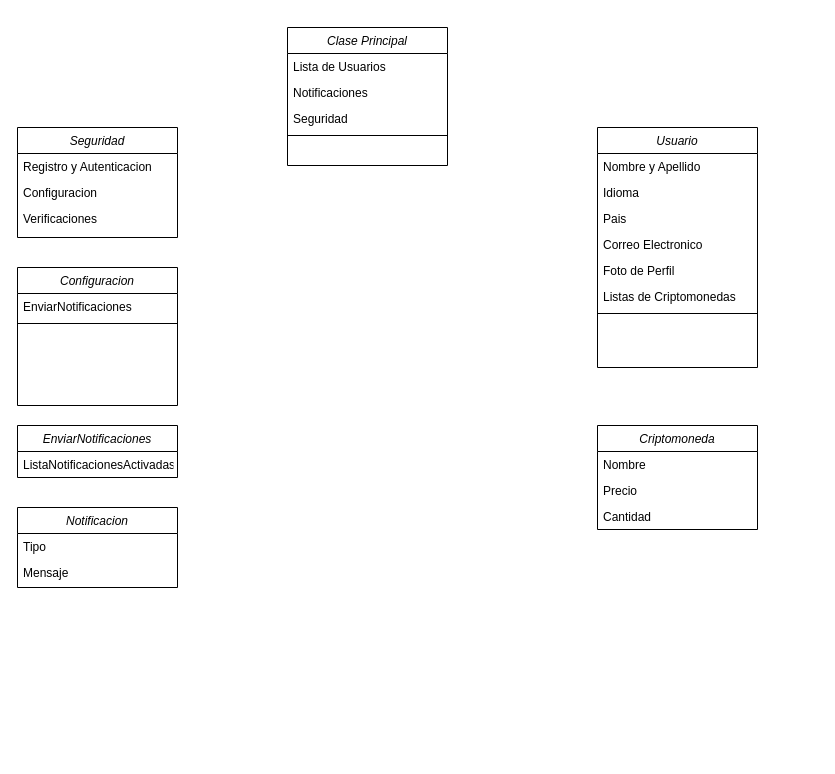
The draw.io diagram Diagrama sin título.drawio in Faus142005/CriptoWallet, before the edit. Source tidied: cells renumbered, new cells numbered last; positions are measured from the earlier drawing's top-left corner, leaving out a move shared by most shapes. Both pictures are drawn from the tidied source at 100%, with x=0, y=0 at pixel (17, 27).
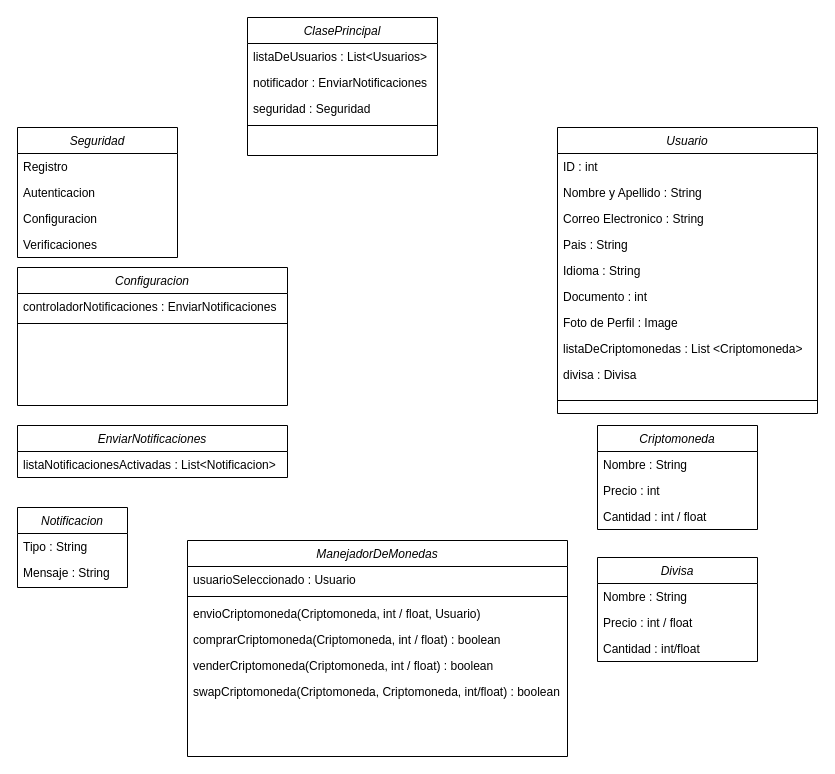
The same page after the edit.

The change refers to these unchanged cells:
```xml
<mxCell id="17" value="Criptomoneda" style="swimlane;fontStyle=2;align=center;verticalAlign=top;horizontal=1;startSize=26;rounded=0;shadow=0;strokeWidth=1;" parent="1" vertex="1">
  <mxGeometry x="580" y="398" width="160" height="104" as="geometry" />
</mxCell>
```

Diff of the diagram source:
```diff
@@
-    <mxCell id="2" value="Clase Principal" style="swimlane;fontStyle=2;align=center;verticalAlign=top;horizontal=1;startSize=26;rounded=0;shadow=0;strokeWidth=1;" parent="1" vertex="1">
-      <mxGeometry x="270" width="160" height="138" as="geometry" />
+    <mxCell id="2" value="ClasePrincipal" style="swimlane;fontStyle=2;align=center;verticalAlign=top;horizontal=1;startSize=26;rounded=0;shadow=0;strokeWidth=1;" parent="1" vertex="1">
+      <mxGeometry x="230" y="-10" width="190" height="138" as="geometry" />
     </mxCell>
-    <mxCell id="3" value="Lista de Usuarios" style="text;align=left;verticalAlign=top;spacingLeft=4;spacingRight=4;overflow=hidden;" parent="2" vertex="1">
-      <mxGeometry y="26" width="160" height="26" as="geometry" />
+    <mxCell id="3" value="listaDeUsuarios : List&lt;Usuarios&gt;" style="text;align=left;verticalAlign=top;spacingLeft=4;spacingRight=4;overflow=hidden;" parent="2" vertex="1">
+      <mxGeometry y="26" width="190" height="26" as="geometry" />
     </mxCell>
-    <mxCell id="4" value="Notificaciones" style="text;align=left;verticalAlign=top;spacingLeft=4;spacingRight=4;overflow=hidden;rounded=0;shadow=0;html=0;" parent="2" vertex="1">
-      <mxGeometry y="52" width="160" height="26" as="geometry" />
+    <mxCell id="4" value="notificador : EnviarNotificaciones" style="text;align=left;verticalAlign=top;spacingLeft=4;spacingRight=4;overflow=hidden;rounded=0;shadow=0;html=0;" parent="2" vertex="1">
+      <mxGeometry y="52" width="190" height="26" as="geometry" />
     </mxCell>
-    <mxCell id="5" value="Seguridad" style="text;align=left;verticalAlign=top;spacingLeft=4;spacingRight=4;overflow=hidden;rounded=0;shadow=0;html=0;" parent="2" vertex="1">
-      <mxGeometry y="78" width="160" height="26" as="geometry" />
+    <mxCell id="5" value="seguridad : Seguridad" style="text;align=left;verticalAlign=top;spacingLeft=4;spacingRight=4;overflow=hidden;rounded=0;shadow=0;html=0;" parent="2" vertex="1">
+      <mxGeometry y="78" width="190" height="26" as="geometry" />
     </mxCell>
     <mxCell id="6" style="line;html=1;strokeWidth=1;align=left;verticalAlign=middle;spacingTop=-1;spacingLeft=3;spacingRight=3;labelPosition=right;" parent="2" vertex="1">
-      <mxGeometry y="104" width="160" height="8" as="geometry" />
+      <mxGeometry y="104" width="190" height="8" as="geometry" />
     </mxCell>
@@
     <mxCell id="9" value="Usuario" style="swimlane;fontStyle=2;align=center;verticalAlign=top;horizontal=1;startSize=26;rounded=0;shadow=0;strokeWidth=1;" parent="1" vertex="1">
-      <mxGeometry x="580" y="100" width="160" height="240" as="geometry" />
+      <mxGeometry x="540" y="100" width="260" height="286" as="geometry" />
     </mxCell>
+    <mxCell id="33" value="ID : int" style="text;align=left;verticalAlign=top;spacingLeft=4;spacingRight=4;overflow=hidden;" parent="9" vertex="1">
+      <mxGeometry y="26" width="260" height="26" as="geometry" />
+    </mxCell>
-    <mxCell id="10" value="Nombre y Apellido" style="text;align=left;verticalAlign=top;spacingLeft=4;spacingRight=4;overflow=hidden;" parent="9" vertex="1">
-      <mxGeometry y="26" width="160" height="26" as="geometry" />
+    <mxCell id="10" value="Nombre y Apellido : String" style="text;align=left;verticalAlign=top;spacingLeft=4;spacingRight=4;overflow=hidden;" parent="9" vertex="1">
+      <mxGeometry y="52" width="260" height="26" as="geometry" />
     </mxCell>
+    <mxCell id="13" value="Correo Electronico : String" style="text;align=left;verticalAlign=top;spacingLeft=4;spacingRight=4;overflow=hidden;rounded=0;shadow=0;html=0;" parent="9" vertex="1">
+      <mxGeometry y="78" width="260" height="26" as="geometry" />
+    </mxCell>
+    <mxCell id="12" value="Pais : String" style="text;align=left;verticalAlign=top;spacingLeft=4;spacingRight=4;overflow=hidden;rounded=0;shadow=0;html=0;" parent="9" vertex="1">
+      <mxGeometry y="104" width="260" height="26" as="geometry" />
+    </mxCell>
-    <mxCell id="11" value="Idioma" style="text;align=left;verticalAlign=top;spacingLeft=4;spacingRight=4;overflow=hidden;rounded=0;shadow=0;html=0;" parent="9" vertex="1">
-      <mxGeometry y="52" width="160" height="26" as="geometry" />
+    <mxCell id="11" value="Idioma : String" style="text;align=left;verticalAlign=top;spacingLeft=4;spacingRight=4;overflow=hidden;rounded=0;shadow=0;html=0;" parent="9" vertex="1">
+      <mxGeometry y="130" width="260" height="26" as="geometry" />
     </mxCell>
-    <mxCell id="12" value="Pais" style="text;align=left;verticalAlign=top;spacingLeft=4;spacingRight=4;overflow=hidden;rounded=0;shadow=0;html=0;" parent="9" vertex="1">
-      <mxGeometry y="78" width="160" height="26" as="geometry" />
-    </mxCell>
-    <mxCell id="13" value="Correo Electronico" style="text;align=left;verticalAlign=top;spacingLeft=4;spacingRight=4;overflow=hidden;rounded=0;shadow=0;html=0;" parent="9" vertex="1">
-      <mxGeometry y="104" width="160" height="26" as="geometry" />
-    </mxCell>
+    <mxCell id="34" value="Documento : int" style="text;align=left;verticalAlign=top;spacingLeft=4;spacingRight=4;overflow=hidden;rounded=0;shadow=0;html=0;" parent="9" vertex="1">
+      <mxGeometry y="156" width="260" height="26" as="geometry" />
+    </mxCell>
-    <mxCell id="14" value="Foto de Perfil" style="text;align=left;verticalAlign=top;spacingLeft=4;spacingRight=4;overflow=hidden;rounded=0;shadow=0;html=0;" parent="9" vertex="1">
-      <mxGeometry y="130" width="160" height="26" as="geometry" />
+    <mxCell id="14" value="Foto de Perfil : Image" style="text;align=left;verticalAlign=top;spacingLeft=4;spacingRight=4;overflow=hidden;rounded=0;shadow=0;html=0;" parent="9" vertex="1">
+      <mxGeometry y="182" width="260" height="26" as="geometry" />
     </mxCell>
-    <mxCell id="15" value="Listas de Criptomonedas" style="text;align=left;verticalAlign=top;spacingLeft=4;spacingRight=4;overflow=hidden;rounded=0;shadow=0;html=0;" parent="9" vertex="1">
-      <mxGeometry y="156" width="160" height="26" as="geometry" />
+    <mxCell id="15" value="listaDeCriptomonedas : List &lt;Criptomoneda&gt;" style="text;align=left;verticalAlign=top;spacingLeft=4;spacingRight=4;overflow=hidden;rounded=0;shadow=0;html=0;" parent="9" vertex="1">
+      <mxGeometry y="208" width="260" height="26" as="geometry" />
     </mxCell>
+    <mxCell id="35" value="divisa : Divisa" style="text;align=left;verticalAlign=top;spacingLeft=4;spacingRight=4;overflow=hidden;rounded=0;shadow=0;html=0;" parent="9" vertex="1">
+      <mxGeometry y="234" width="260" height="26" as="geometry" />
+    </mxCell>
     <mxCell id="16" style="line;html=1;strokeWidth=1;align=left;verticalAlign=middle;spacingTop=-1;spacingLeft=3;spacingRight=3;labelPosition=right;" parent="9" vertex="1">
-      <mxGeometry y="182" width="160" height="8" as="geometry" />
+      <mxGeometry y="260" width="260" height="26" as="geometry" />
     </mxCell>
@@
-    <mxCell id="18" value="Nombre" style="text;align=left;verticalAlign=top;spacingLeft=4;spacingRight=4;overflow=hidden;" parent="17" vertex="1">
+    <mxCell id="18" value="Nombre : String" style="text;align=left;verticalAlign=top;spacingLeft=4;spacingRight=4;overflow=hidden;" parent="17" vertex="1">
       <mxGeometry y="26" width="160" height="26" as="geometry" />
     </mxCell>
-    <mxCell id="19" value="Precio" style="text;align=left;verticalAlign=top;spacingLeft=4;spacingRight=4;overflow=hidden;rounded=0;shadow=0;html=0;" parent="17" vertex="1">
+    <mxCell id="19" value="Precio : int" style="text;align=left;verticalAlign=top;spacingLeft=4;spacingRight=4;overflow=hidden;rounded=0;shadow=0;html=0;" parent="17" vertex="1">
       <mxGeometry y="52" width="160" height="26" as="geometry" />
     </mxCell>
-    <mxCell id="20" value="Cantidad" style="text;align=left;verticalAlign=top;spacingLeft=4;spacingRight=4;overflow=hidden;rounded=0;shadow=0;html=0;" parent="17" vertex="1">
+    <mxCell id="20" value="Cantidad : int / float" style="text;align=left;verticalAlign=top;spacingLeft=4;spacingRight=4;overflow=hidden;rounded=0;shadow=0;html=0;" parent="17" vertex="1">
       <mxGeometry y="78" width="160" height="26" as="geometry" />
     </mxCell>
     <mxCell id="21" value="Seguridad" style="swimlane;fontStyle=2;align=center;verticalAlign=top;horizontal=1;startSize=26;rounded=0;shadow=0;strokeWidth=1;" parent="1" vertex="1">
-      <mxGeometry y="100" width="160" height="110" as="geometry" />
+      <mxGeometry y="100" width="160" height="130" as="geometry" />
     </mxCell>
-    <mxCell id="22" value="Registro y Autenticacion" style="text;align=left;verticalAlign=top;spacingLeft=4;spacingRight=4;overflow=hidden;" parent="21" vertex="1">
+    <mxCell id="22" value="Registro" style="text;align=left;verticalAlign=top;spacingLeft=4;spacingRight=4;overflow=hidden;" parent="21" vertex="1">
       <mxGeometry y="26" width="160" height="26" as="geometry" />
     </mxCell>
+    <mxCell id="36" value="Autenticacion" style="text;align=left;verticalAlign=top;spacingLeft=4;spacingRight=4;overflow=hidden;" parent="21" vertex="1">
+      <mxGeometry y="52" width="160" height="26" as="geometry" />
+    </mxCell>
     <mxCell id="23" value="Configuracion" style="text;align=left;verticalAlign=top;spacingLeft=4;spacingRight=4;overflow=hidden;rounded=0;shadow=0;html=0;" parent="21" vertex="1">
-      <mxGeometry y="52" width="160" height="26" as="geometry" />
+      <mxGeometry y="78" width="160" height="26" as="geometry" />
     </mxCell>
     <mxCell id="24" value="Verificaciones" style="text;align=left;verticalAlign=top;spacingLeft=4;spacingRight=4;overflow=hidden;rounded=0;shadow=0;html=0;" parent="21" vertex="1">
-      <mxGeometry y="78" width="160" height="26" as="geometry" />
+      <mxGeometry y="104" width="160" height="26" as="geometry" />
     </mxCell>
     <mxCell id="25" value="Notificacion" style="swimlane;fontStyle=2;align=center;verticalAlign=top;horizontal=1;startSize=26;rounded=0;shadow=0;strokeWidth=1;" parent="1" vertex="1">
-      <mxGeometry y="480" width="160" height="80" as="geometry" />
+      <mxGeometry y="480" width="110" height="80" as="geometry" />
     </mxCell>
-    <mxCell id="26" value="Tipo" style="text;align=left;verticalAlign=top;spacingLeft=4;spacingRight=4;overflow=hidden;" parent="25" vertex="1">
-      <mxGeometry y="26" width="160" height="26" as="geometry" />
+    <mxCell id="26" value="Tipo : String" style="text;align=left;verticalAlign=top;spacingLeft=4;spacingRight=4;overflow=hidden;" parent="25" vertex="1">
+      <mxGeometry y="26" width="110" height="26" as="geometry" />
     </mxCell>
-    <mxCell id="27" value="Mensaje" style="text;align=left;verticalAlign=top;spacingLeft=4;spacingRight=4;overflow=hidden;rounded=0;shadow=0;html=0;" parent="25" vertex="1">
-      <mxGeometry y="52" width="160" height="26" as="geometry" />
+    <mxCell id="27" value="Mensaje : String" style="text;align=left;verticalAlign=top;spacingLeft=4;spacingRight=4;overflow=hidden;rounded=0;shadow=0;html=0;" parent="25" vertex="1">
+      <mxGeometry y="52" width="110" height="26" as="geometry" />
     </mxCell>
     <mxCell id="28" value="EnviarNotificaciones" style="swimlane;fontStyle=2;align=center;verticalAlign=top;horizontal=1;startSize=26;rounded=0;shadow=0;strokeWidth=1;" parent="1" vertex="1">
-      <mxGeometry y="398" width="160" height="52" as="geometry" />
+      <mxGeometry y="398" width="270" height="52" as="geometry" />
     </mxCell>
-    <mxCell id="29" value="ListaNotificacionesActivadas" style="text;align=left;verticalAlign=top;spacingLeft=4;spacingRight=4;overflow=hidden;" parent="28" vertex="1">
-      <mxGeometry y="26" width="160" height="26" as="geometry" />
+    <mxCell id="29" value="listaNotificacionesActivadas : List&lt;Notificacion&gt;" style="text;align=left;verticalAlign=top;spacingLeft=4;spacingRight=4;overflow=hidden;" parent="28" vertex="1">
+      <mxGeometry y="26" width="270" height="26" as="geometry" />
     </mxCell>
     <mxCell id="30" value="Configuracion" style="swimlane;fontStyle=2;align=center;verticalAlign=top;horizontal=1;startSize=26;rounded=0;shadow=0;strokeWidth=1;" parent="1" vertex="1">
-      <mxGeometry y="240" width="160" height="138" as="geometry" />
+      <mxGeometry y="240" width="270" height="138" as="geometry" />
     </mxCell>
-    <mxCell id="31" value="EnviarNotificaciones" style="text;align=left;verticalAlign=top;spacingLeft=4;spacingRight=4;overflow=hidden;" parent="30" vertex="1">
-      <mxGeometry y="26" width="160" height="26" as="geometry" />
+    <mxCell id="31" value="controladorNotificaciones : EnviarNotificaciones" style="text;align=left;verticalAlign=top;spacingLeft=4;spacingRight=4;overflow=hidden;" parent="30" vertex="1">
+      <mxGeometry y="26" width="270" height="26" as="geometry" />
     </mxCell>
     <mxCell id="32" style="line;html=1;strokeWidth=1;align=left;verticalAlign=middle;spacingTop=-1;spacingLeft=3;spacingRight=3;labelPosition=right;" parent="30" vertex="1">
-      <mxGeometry y="52" width="160" height="8" as="geometry" />
+      <mxGeometry y="52" width="270" height="8" as="geometry" />
     </mxCell>
+    <mxCell id="37" value="Divisa" style="swimlane;fontStyle=2;align=center;verticalAlign=top;horizontal=1;startSize=26;rounded=0;shadow=0;strokeWidth=1;" parent="1" vertex="1">
+      <mxGeometry x="580" y="530" width="160" height="104" as="geometry" />
+    </mxCell>
+    <mxCell id="38" value="Nombre : String" style="text;align=left;verticalAlign=top;spacingLeft=4;spacingRight=4;overflow=hidden;" parent="37" vertex="1">
+      <mxGeometry y="26" width="160" height="26" as="geometry" />
+    </mxCell>
+    <mxCell id="39" value="Precio : int / float" style="text;align=left;verticalAlign=top;spacingLeft=4;spacingRight=4;overflow=hidden;rounded=0;shadow=0;html=0;" parent="37" vertex="1">
+      <mxGeometry y="52" width="160" height="26" as="geometry" />
+    </mxCell>
+    <mxCell id="40" value="Cantidad : int/float" style="text;align=left;verticalAlign=top;spacingLeft=4;spacingRight=4;overflow=hidden;rounded=0;shadow=0;html=0;" parent="37" vertex="1">
+      <mxGeometry y="78" width="160" height="26" as="geometry" />
+    </mxCell>
+    <mxCell id="41" value="ManejadorDeMonedas" style="swimlane;fontStyle=2;align=center;verticalAlign=top;horizontal=1;startSize=26;rounded=0;shadow=0;strokeWidth=1;" parent="1" vertex="1">
+      <mxGeometry x="170" y="513" width="380" height="216" as="geometry" />
+    </mxCell>
+    <mxCell id="42" value="usuarioSeleccionado : Usuario" style="text;align=left;verticalAlign=top;spacingLeft=4;spacingRight=4;overflow=hidden;" parent="41" vertex="1">
+      <mxGeometry y="26" width="380" height="26" as="geometry" />
+    </mxCell>
+    <mxCell id="43" style="line;html=1;strokeWidth=1;align=left;verticalAlign=middle;spacingTop=-1;spacingLeft=3;spacingRight=3;labelPosition=right;" parent="41" vertex="1">
+      <mxGeometry y="52" width="380" height="8" as="geometry" />
+    </mxCell>
+    <mxCell id="44" value="envioCriptomoneda(Criptomoneda, int / float, Usuario)" style="text;align=left;verticalAlign=top;spacingLeft=4;spacingRight=4;overflow=hidden;" parent="41" vertex="1">
+      <mxGeometry y="60" width="380" height="26" as="geometry" />
+    </mxCell>
+    <mxCell id="45" value="comprarCriptomoneda(Criptomoneda, int / float) : boolean" style="text;align=left;verticalAlign=top;spacingLeft=4;spacingRight=4;overflow=hidden;" parent="41" vertex="1">
+      <mxGeometry y="86" width="380" height="26" as="geometry" />
+    </mxCell>
+    <mxCell id="46" value="venderCriptomoneda(Criptomoneda, int / float) : boolean" style="text;align=left;verticalAlign=top;spacingLeft=4;spacingRight=4;overflow=hidden;" parent="41" vertex="1">
+      <mxGeometry y="112" width="380" height="26" as="geometry" />
+    </mxCell>
+    <mxCell id="47" value="swapCriptomoneda(Criptomoneda, Criptomoneda, int/float) : boolean" style="text;align=left;verticalAlign=top;spacingLeft=4;spacingRight=4;overflow=hidden;" parent="41" vertex="1">
+      <mxGeometry y="138" width="380" height="26" as="geometry" />
+    </mxCell>
```
